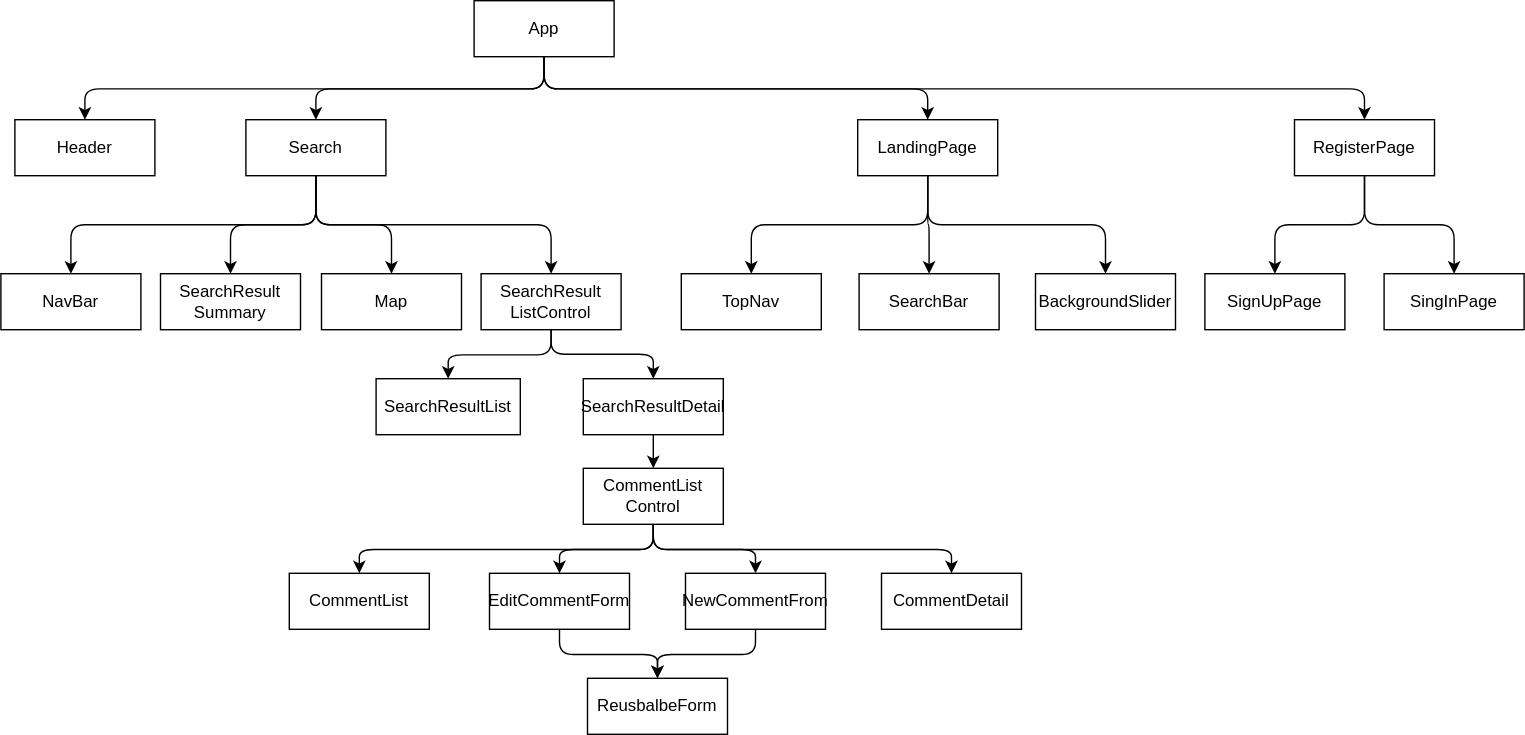
The draw.io diagram diagrams/MVP Diagram.drawio.svg in zbl14/capstone-planning-log-and-proposal, before a commit. Source tidied: cells renumbered, new cells last; positions are measured from the earlier drawing's top-left corner, leaving out a move shared by most shapes.
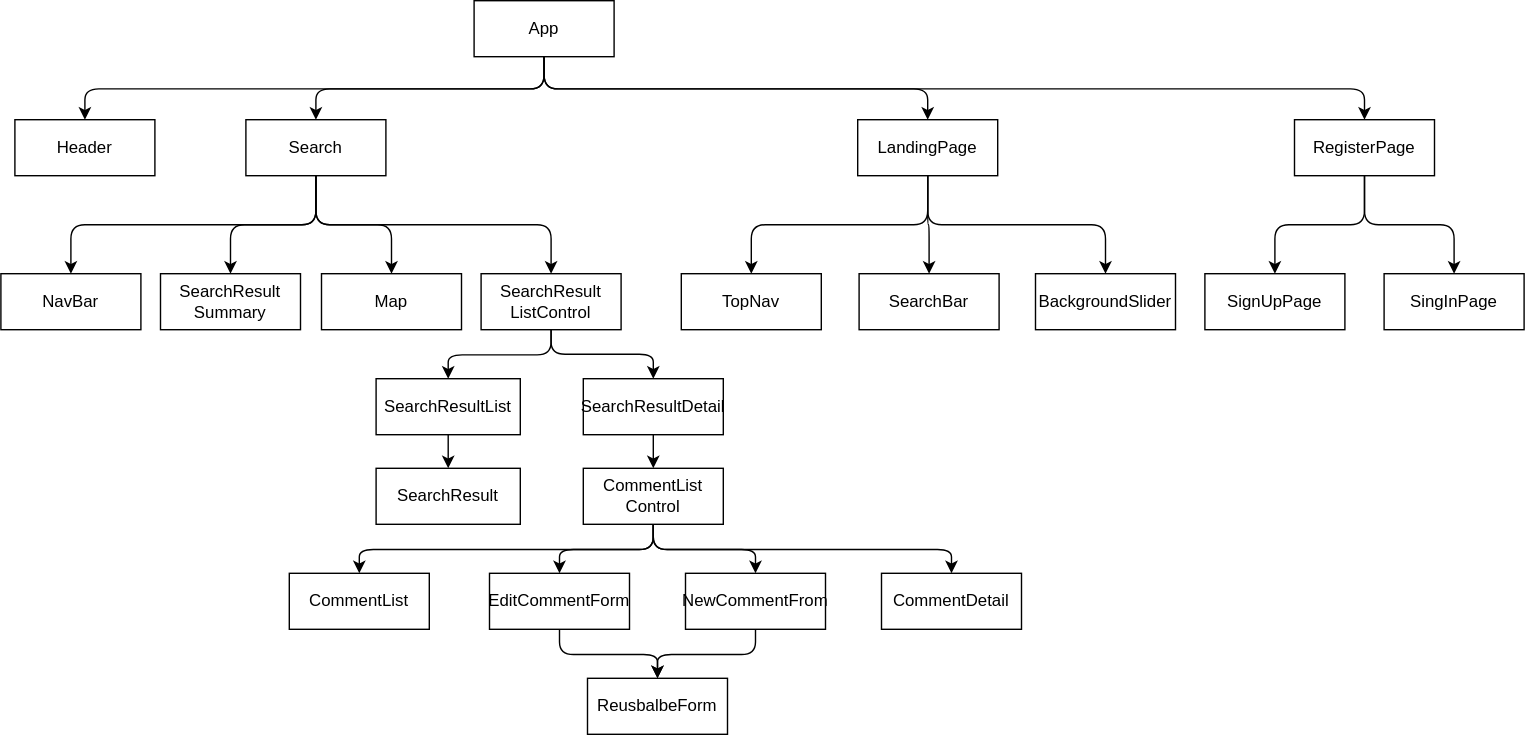
The same diagram one commit later.

Commit message:
update component tree

Diff of the diagram source:
```diff
@@ -131,8 +131,14 @@
     <mxCell id="44" value="SearchResultDetail" style="rounded=0;whiteSpace=wrap;html=1;" parent="1" vertex="1">
       <mxGeometry x="416" y="270" width="100" height="40" as="geometry" />
     </mxCell>
+    <mxCell id="46" style="edgeStyle=none;html=1;exitX=0.5;exitY=1;exitDx=0;exitDy=0;entryX=0.5;entryY=0;entryDx=0;entryDy=0;" parent="1" edge="1" source="45" target="47">
+      <mxGeometry relative="1" as="geometry" />
+    </mxCell>
     <mxCell id="45" value="SearchResultList" style="rounded=0;whiteSpace=wrap;html=1;" parent="1" vertex="1">
       <mxGeometry x="268" y="270" width="103" height="40" as="geometry" />
     </mxCell>
+    <mxCell id="47" value="SearchResult" style="rounded=0;whiteSpace=wrap;html=1;" parent="1" vertex="1">
+      <mxGeometry x="268" y="334" width="103" height="40" as="geometry" />
+    </mxCell>
   </root>
 </mxGraphModel>
```
